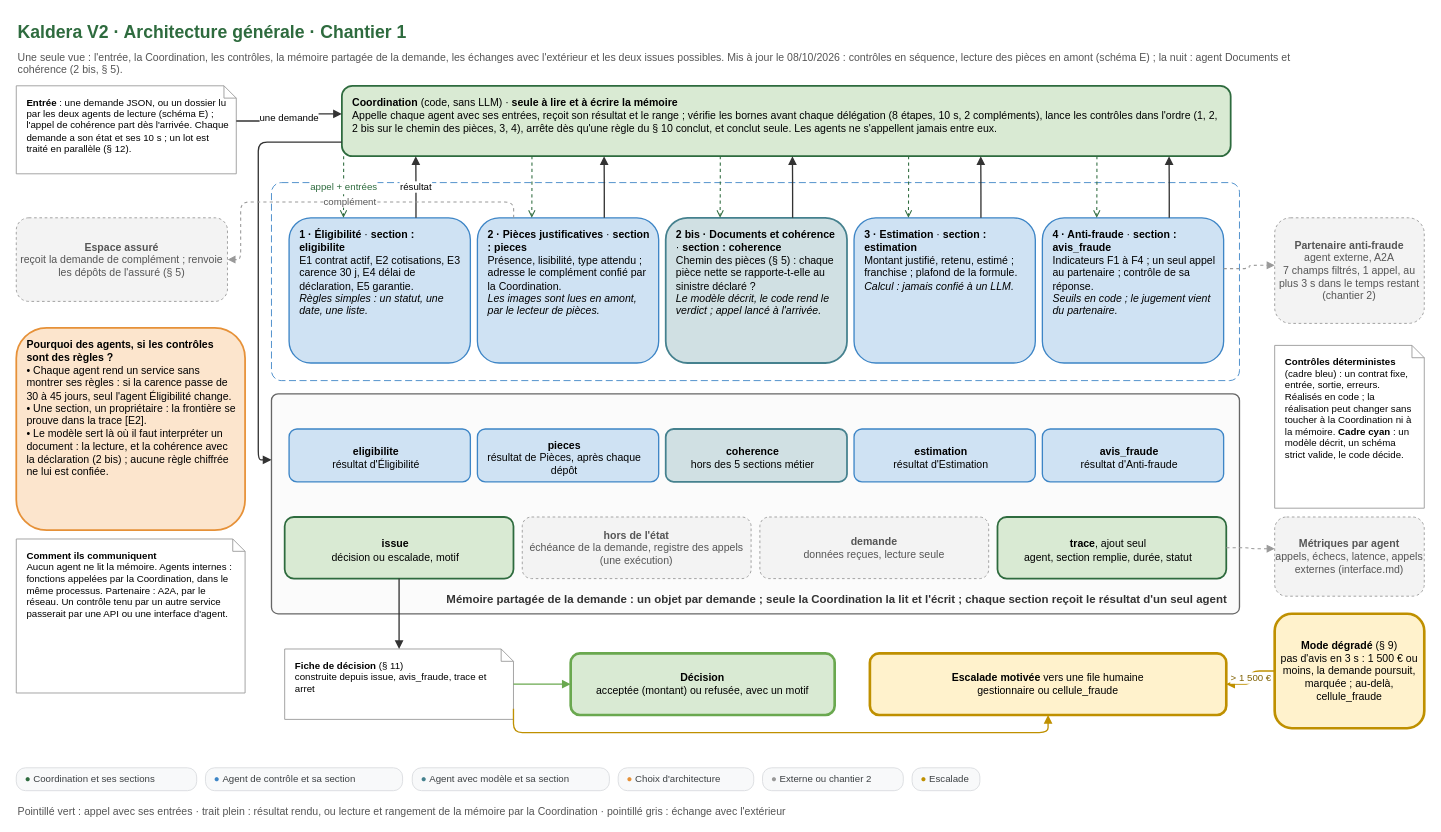
Before: conception/schemas/schema-A-architecture-generale.drawio in Ganda15/kaldera-bout-en-bout_v2, a draw.io diagram. Source tidied: cells renumbered, new cells numbered last; positions are measured from the earlier drawing's top-left corner, leaving out a move shared by most shapes. Both pictures are drawn from the tidied source at 88%, with x=0, y=0 at pixel (16, 15).
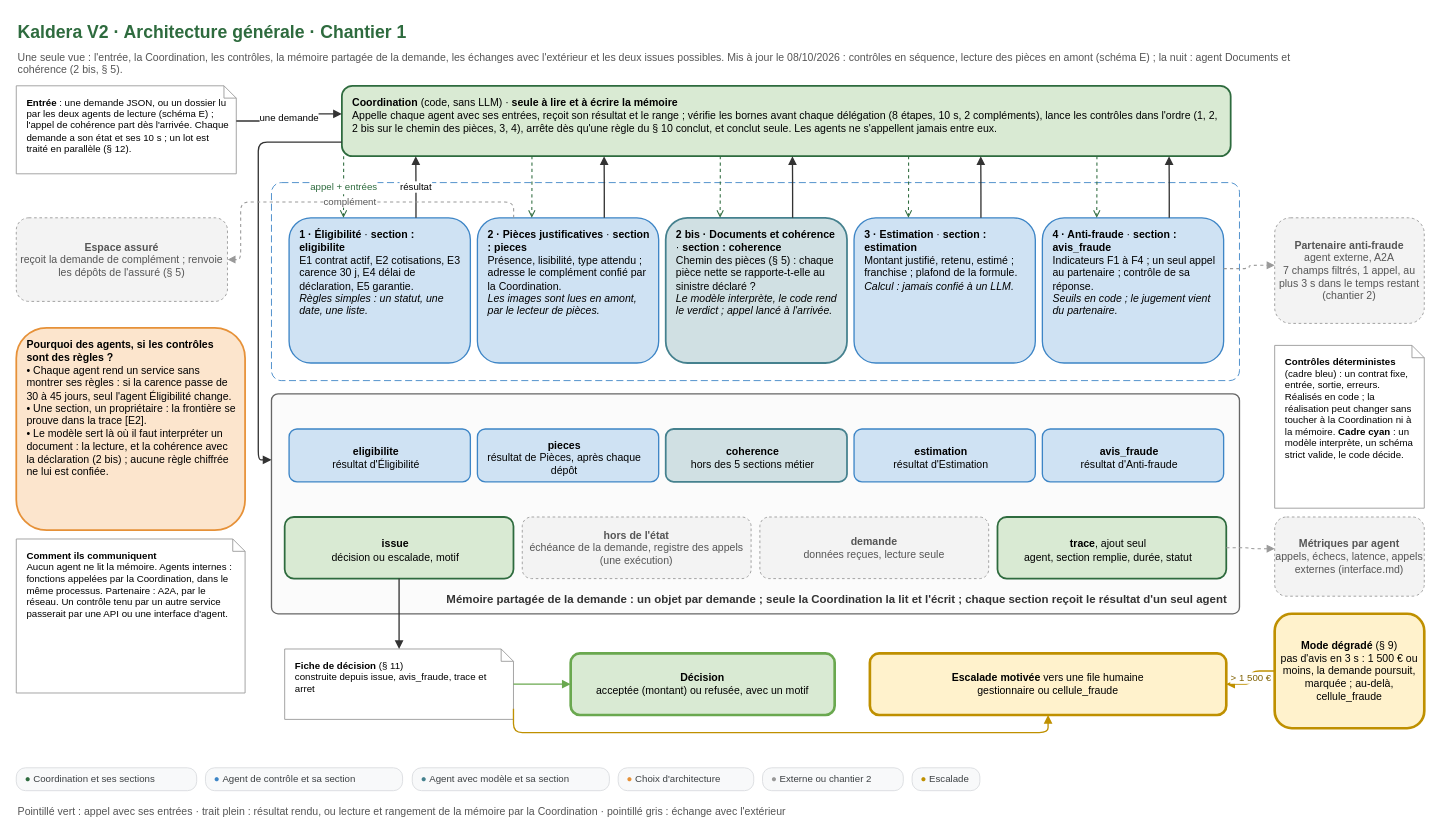
The same page after the edit.

The edit, as a diff of the source:
```diff
@@
-    <mxCell id="7" value="&lt;b&gt;Contrôles déterministes&lt;/b&gt; (cadre bleu) : un contrat fixe, entrée, sortie, erreurs. Réalisés en code ; la réalisation peut changer sans toucher à la Coordination ni à la mémoire. &lt;b&gt;Cadre cyan&lt;/b&gt; : un modèle décrit, un schéma strict valide, le code décide." style="whiteSpace=wrap;html=1;fontFamily=Arial;fontSize=12;align=left;spacingLeft=10;spacingRight=8;verticalAlign=top;spacingTop=6;shape=note;size=14;fillColor=#ffffff;strokeColor=#999999;fontSize=11;" parent="1" vertex="1">
+    <mxCell id="7" value="&lt;b&gt;Contrôles déterministes&lt;/b&gt; (cadre bleu) : un contrat fixe, entrée, sortie, erreurs. Réalisés en code ; la réalisation peut changer sans toucher à la Coordination ni à la mémoire. &lt;b&gt;Cadre cyan&lt;/b&gt; : un modèle interprète, un schéma strict valide, le code décide." style="whiteSpace=wrap;html=1;fontFamily=Arial;fontSize=12;align=left;spacingLeft=10;spacingRight=8;verticalAlign=top;spacingTop=6;shape=note;size=14;fillColor=#ffffff;strokeColor=#999999;fontSize=11;" parent="1" vertex="1">
       <mxGeometry x="1430" y="375" width="170" height="185" as="geometry" />
     </mxCell>
@@
-    <mxCell id="14" value="&lt;b&gt;2 bis · Documents et cohérence&lt;/b&gt; · &lt;b&gt;section : coherence&lt;/b&gt;&lt;br&gt;Chemin des pièces (§ 5) : chaque pièce nette se rapporte-t-elle au sinistre déclaré ?&lt;br&gt;&lt;i&gt;Le modèle décrit, le code rend le verdict ; appel lancé à l'arrivée.&lt;/i&gt;" style="whiteSpace=wrap;html=1;fontFamily=Arial;fontSize=12;align=left;spacingLeft=10;spacingRight=8;verticalAlign=top;spacingTop=6;rounded=1;fillColor=#d0e0e3;strokeColor=#45818e;strokeWidth=2;" parent="1" vertex="1">
+    <mxCell id="14" value="&lt;b&gt;2 bis · Documents et cohérence&lt;/b&gt; · &lt;b&gt;section : coherence&lt;/b&gt;&lt;br&gt;Chemin des pièces (§ 5) : chaque pièce nette se rapporte-t-elle au sinistre déclaré ?&lt;br&gt;&lt;i&gt;Le modèle interprète, le code rend le verdict ; appel lancé à l'arrivée.&lt;/i&gt;" style="whiteSpace=wrap;html=1;fontFamily=Arial;fontSize=12;align=left;spacingLeft=10;spacingRight=8;verticalAlign=top;spacingTop=6;rounded=1;fillColor=#d0e0e3;strokeColor=#45818e;strokeWidth=2;" parent="1" vertex="1">
       <mxGeometry x="738" y="230" width="206" height="165" as="geometry" />
     </mxCell>
```
